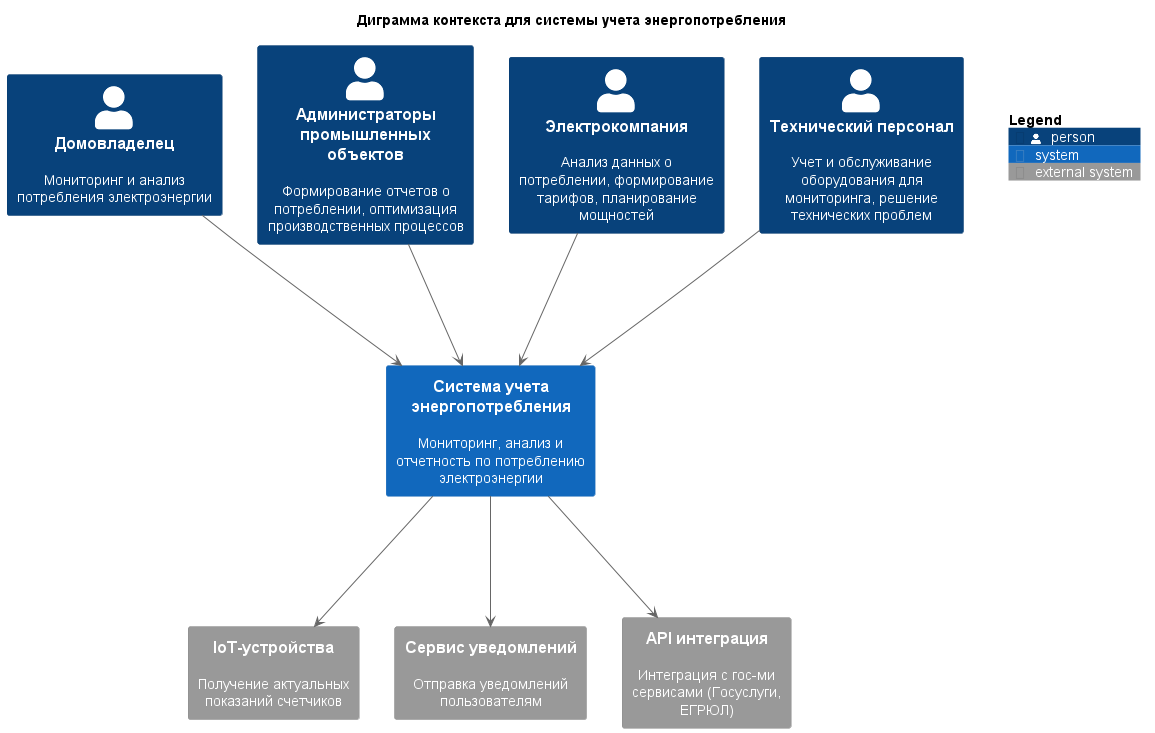
The PlantUML diagram out/2. Технический проект/context/C4_Context.png in I1yaMatveev/SoftwareDevelopmentTechnology, before a commit. The source it was exported from:
```plantuml
@startuml C4_Context
title "Диграмма контекста для системы учета энергопотребления"

!include https://raw.githubusercontent.com/plantuml-stdlib/C4-PlantUML/master/C4_Container.puml

Person(homeowner, "Домовладелец", "Мониторинг и анализ потребления электроэнергии")
Person(industrialFacilityAministrator, "Администраторы промышленных объектов", "Формирование отчетов о потреблении, оптимизация производственных процессов")
Person(electricCompany, "Электрокомпания", "Анализ данных о потреблении, формирование тарифов, планирование мощностей")
Person(technicalStaff, "Технический персонал", "Учет и обслуживание оборудования для мониторинга, решение технических проблем")

System(meteringSystem, "Система учета энергопотребления", "Мониторинг, анализ и отчетность по потреблению электроэнергии")

homeowner ---> meteringSystem
industrialFacilityAministrator ---> meteringSystem
electricCompany ---> meteringSystem
technicalStaff ---> meteringSystem

System_Ext(ioTDevices, "IoT-устройства", "Получение актуальных показаний счетчиков")
System_Ext(notificationService, "Сервис уведомлений", "Отправка уведомлений пользователям")
System_Ext(governmentServices, "API интеграция", "Интеграция с гос-ми сервисами (Госуслуги, ЕГРЮЛ)")

meteringSystem ---> ioTDevices
meteringSystem ---> notificationService
meteringSystem ---> governmentServices


SHOW_FLOATING_LEGEND()

@enduml
```
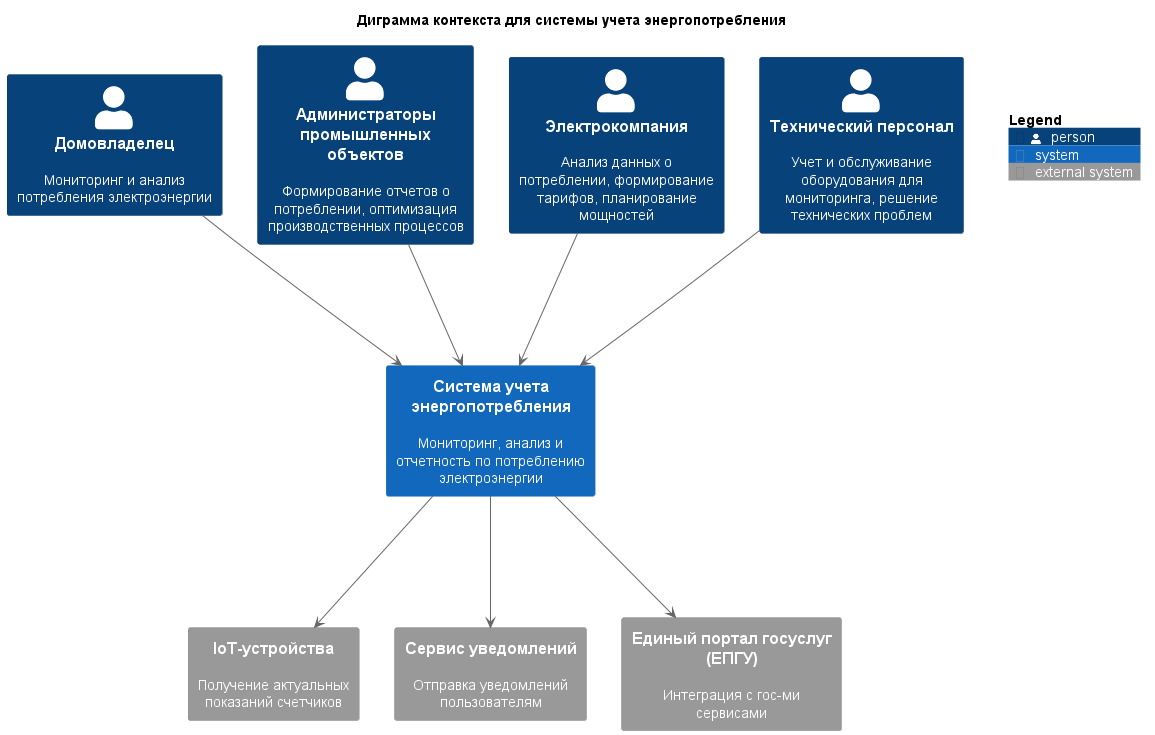
After the change.

Commit message:
Поправил интеграцию с гос. сервисами

What changed in the source:
```diff
@@ -17,7 +17,7 @@
 
 System_Ext(ioTDevices, "IoT-устройства", "Получение актуальных показаний счетчиков")
 System_Ext(notificationService, "Сервис уведомлений", "Отправка уведомлений пользователям")
-System_Ext(governmentServices, "API интеграция", "Интеграция с гос-ми сервисами (Госуслуги, ЕГРЮЛ)")
+System_Ext(governmentServices, "Единый портал госуслуг (ЕПГУ)", "Интеграция с гос-ми сервисами")
 
 meteringSystem ---> ioTDevices
 meteringSystem ---> notificationService
```
